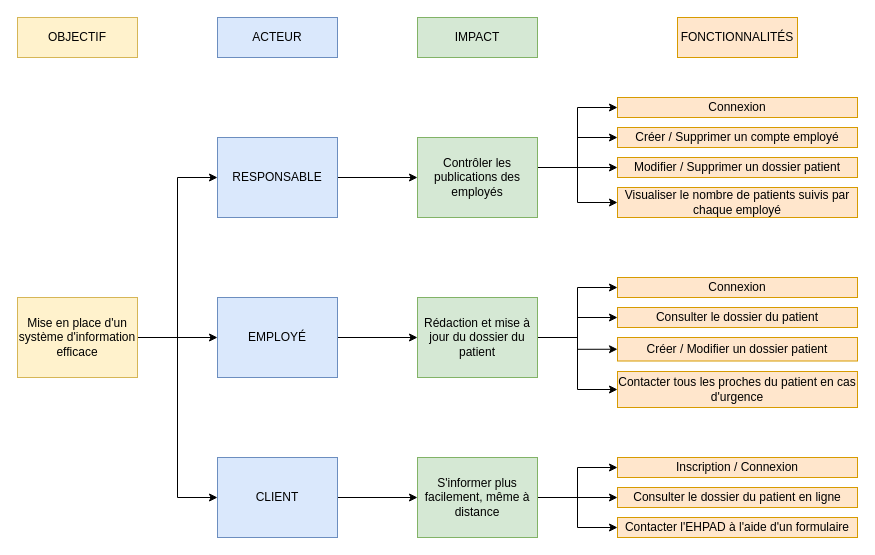
This is 1_Dossier_de_specifications fonctionnelles/Diagrammes/2. D. d'IMPACT/Diagramme d'impact.drawio from LekishviliRati/P13_Patient_follow-up_diary, a draw.io file, before an edit. Source tidied: cells renumbered, new cells numbered last; positions are measured from the earlier drawing's top-left corner, leaving out a move shared by most shapes. Both pictures are drawn from the tidied source at 100%, with x=0, y=0 at pixel (17, 17).
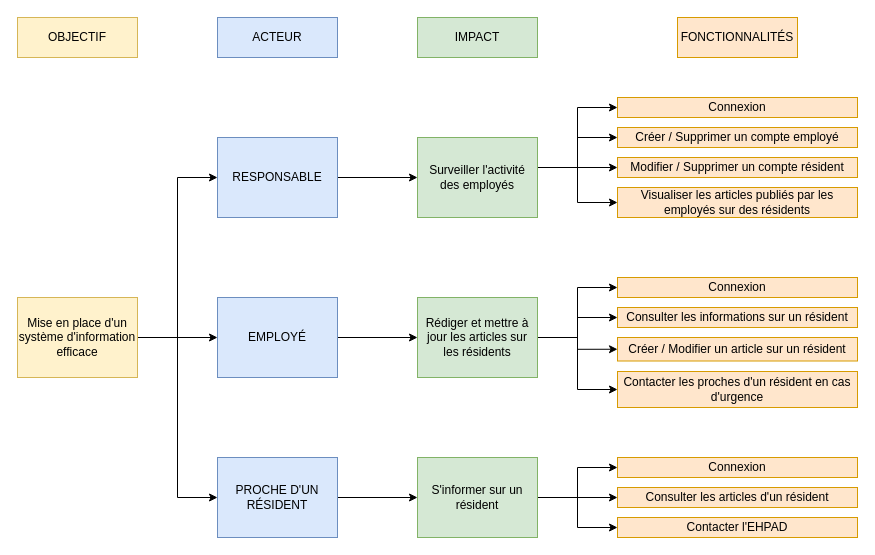
The same page after the edit.

Diff of the diagram source:
```diff
@@
-    <mxCell id="11" value="CLIENT" style="rounded=0;whiteSpace=wrap;html=1;fillColor=#dae8fc;strokeColor=#6c8ebf;" parent="1" vertex="1">
+    <mxCell id="11" value="PROCHE D'UN RÉSIDENT" style="rounded=0;whiteSpace=wrap;html=1;fillColor=#dae8fc;strokeColor=#6c8ebf;" parent="1" vertex="1">
       <mxGeometry x="200" y="440" width="120" height="80" as="geometry" />
     </mxCell>
@@
-    <mxCell id="20" value="Contrôler les publications des employés" style="rounded=0;whiteSpace=wrap;html=1;fillColor=#d5e8d4;strokeColor=#82b366;" parent="1" vertex="1">
+    <mxCell id="20" value="Surveiller l'activité des employés" style="rounded=0;whiteSpace=wrap;html=1;fillColor=#d5e8d4;strokeColor=#82b366;" parent="1" vertex="1">
       <mxGeometry x="400" y="120" width="120" height="80" as="geometry" />
     </mxCell>
@@
-    <mxCell id="24" value="S'informer plus facilement, même à distance" style="rounded=0;whiteSpace=wrap;html=1;fillColor=#d5e8d4;strokeColor=#82b366;" parent="1" vertex="1">
+    <mxCell id="24" value="S'informer sur un résident" style="rounded=0;whiteSpace=wrap;html=1;fillColor=#d5e8d4;strokeColor=#82b366;" parent="1" vertex="1">
       <mxGeometry x="400" y="440" width="120" height="80" as="geometry" />
     </mxCell>
@@
-    <mxCell id="29" value="Rédaction et mise à jour du dossier du patient" style="rounded=0;whiteSpace=wrap;html=1;fillColor=#d5e8d4;strokeColor=#82b366;" parent="1" vertex="1">
+    <mxCell id="29" value="Rédiger et mettre à jour les articles sur les résidents" style="rounded=0;whiteSpace=wrap;html=1;fillColor=#d5e8d4;strokeColor=#82b366;" parent="1" vertex="1">
       <mxGeometry x="400" y="280" width="120" height="80" as="geometry" />
     </mxCell>
@@
-    <mxCell id="31" value="Inscription / Connexion" style="rounded=0;whiteSpace=wrap;html=1;fillColor=#ffe6cc;strokeColor=#d79b00;" parent="1" vertex="1">
+    <mxCell id="31" value="Connexion" style="rounded=0;whiteSpace=wrap;html=1;fillColor=#ffe6cc;strokeColor=#d79b00;" parent="1" vertex="1">
       <mxGeometry x="600" y="440" width="240" height="20" as="geometry" />
     </mxCell>
@@
-    <mxCell id="33" value="Modifier / Supprimer un dossier patient" style="rounded=0;whiteSpace=wrap;html=1;fillColor=#ffe6cc;strokeColor=#d79b00;" parent="1" vertex="1">
+    <mxCell id="33" value="Modifier / Supprimer un compte résident" style="rounded=0;whiteSpace=wrap;html=1;fillColor=#ffe6cc;strokeColor=#d79b00;" parent="1" vertex="1">
       <mxGeometry x="600" y="140" width="240" height="20" as="geometry" />
     </mxCell>
@@
-    <mxCell id="35" value="Visualiser le nombre de patients suivis par chaque employé" style="rounded=0;whiteSpace=wrap;html=1;fillColor=#ffe6cc;strokeColor=#d79b00;" parent="1" vertex="1">
+    <mxCell id="35" value="Visualiser les articles publiés par les employés sur des résidents" style="rounded=0;whiteSpace=wrap;html=1;fillColor=#ffe6cc;strokeColor=#d79b00;" parent="1" vertex="1">
       <mxGeometry x="600" y="170" width="240" height="30" as="geometry" />
     </mxCell>
-    <mxCell id="36" value="&lt;span&gt;Créer /&amp;nbsp;&lt;/span&gt;Modifier&lt;span&gt;&amp;nbsp;un dossier patient&lt;/span&gt;" style="rounded=0;whiteSpace=wrap;html=1;fillColor=#ffe6cc;strokeColor=#d79b00;" parent="1" vertex="1">
+    <mxCell id="36" value="&lt;span&gt;Créer /&amp;nbsp;&lt;/span&gt;Modifier&lt;span&gt;&amp;nbsp;un article sur un résident&lt;/span&gt;" style="rounded=0;whiteSpace=wrap;html=1;fillColor=#ffe6cc;strokeColor=#d79b00;" parent="1" vertex="1">
       <mxGeometry x="600" y="320" width="240" height="23.5" as="geometry" />
     </mxCell>
-    <mxCell id="37" value="Consulter le dossier du patient" style="rounded=0;whiteSpace=wrap;html=1;fillColor=#ffe6cc;strokeColor=#d79b00;" parent="1" vertex="1">
+    <mxCell id="37" value="Consulter les informations sur un résident" style="rounded=0;whiteSpace=wrap;html=1;fillColor=#ffe6cc;strokeColor=#d79b00;" parent="1" vertex="1">
       <mxGeometry x="600" y="290" width="240" height="20" as="geometry" />
     </mxCell>
-    <mxCell id="38" value="Contacter tous les proches du patient en cas d'urgence" style="rounded=0;whiteSpace=wrap;html=1;fillColor=#ffe6cc;strokeColor=#d79b00;" parent="1" vertex="1">
+    <mxCell id="38" value="Contacter les proches d'un résident en cas d'urgence" style="rounded=0;whiteSpace=wrap;html=1;fillColor=#ffe6cc;strokeColor=#d79b00;" parent="1" vertex="1">
       <mxGeometry x="600" y="354" width="240" height="36" as="geometry" />
     </mxCell>
-    <mxCell id="39" value="Consulter le dossier du patient en ligne" style="rounded=0;whiteSpace=wrap;html=1;fillColor=#ffe6cc;strokeColor=#d79b00;" parent="1" vertex="1">
+    <mxCell id="39" value="Consulter les articles d'un résident" style="rounded=0;whiteSpace=wrap;html=1;fillColor=#ffe6cc;strokeColor=#d79b00;" parent="1" vertex="1">
       <mxGeometry x="600" y="470" width="240" height="20" as="geometry" />
     </mxCell>
-    <mxCell id="40" value="Contacter l'EHPAD à l'aide d'un formulaire" style="rounded=0;whiteSpace=wrap;html=1;fillColor=#ffe6cc;strokeColor=#d79b00;" parent="1" vertex="1">
+    <mxCell id="40" value="Contacter l'EHPAD" style="rounded=0;whiteSpace=wrap;html=1;fillColor=#ffe6cc;strokeColor=#d79b00;" parent="1" vertex="1">
       <mxGeometry x="600" y="500" width="240" height="20" as="geometry" />
     </mxCell>
```
